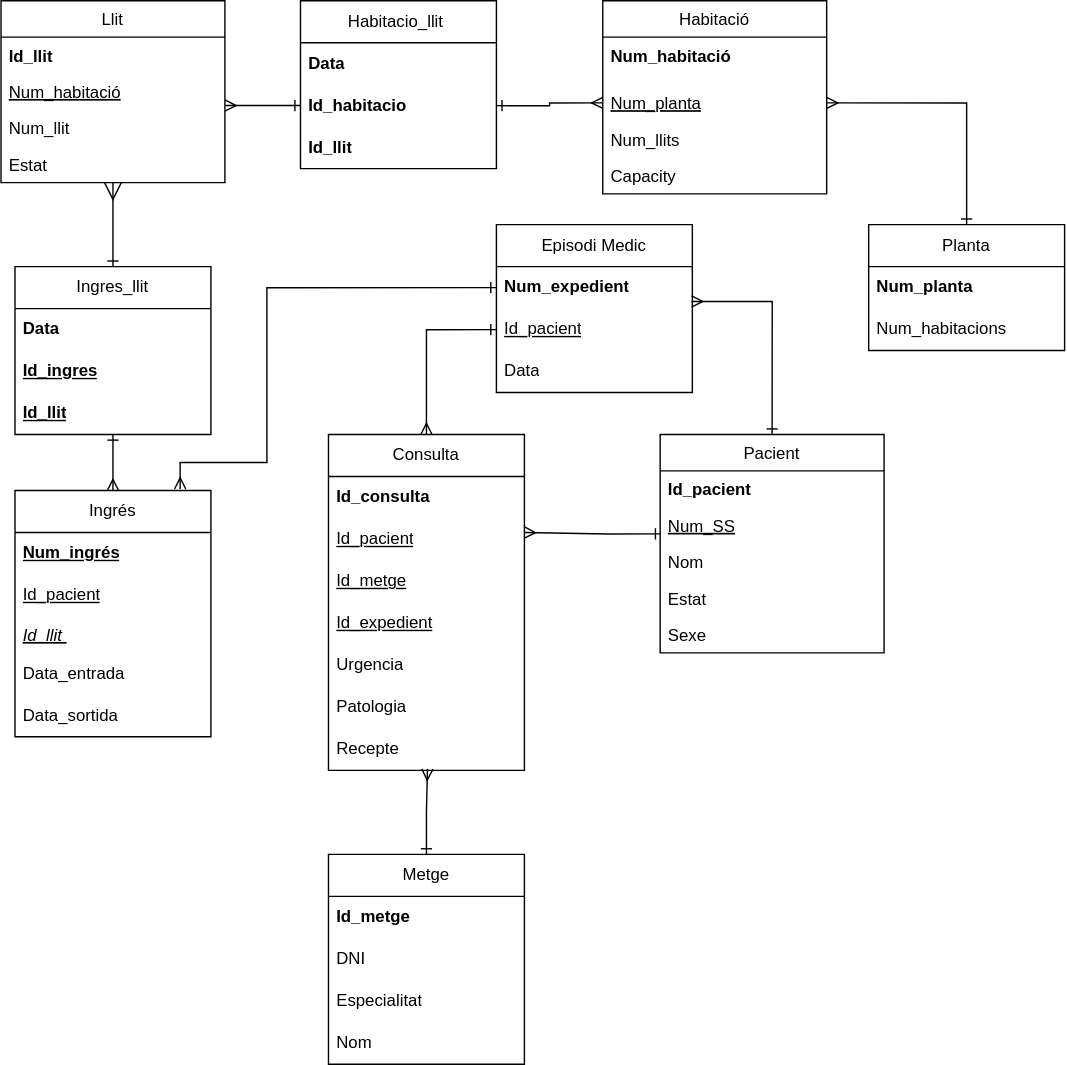
The draw.io diagram BBDD/Schema/DreamTeamHospitalBBDD.drawio.svg in Kumigaoo/VitalTech_App, before a commit. Source tidied: cells renumbered, new cells last; positions are measured from the earlier drawing's top-left corner, leaving out a move shared by most shapes.
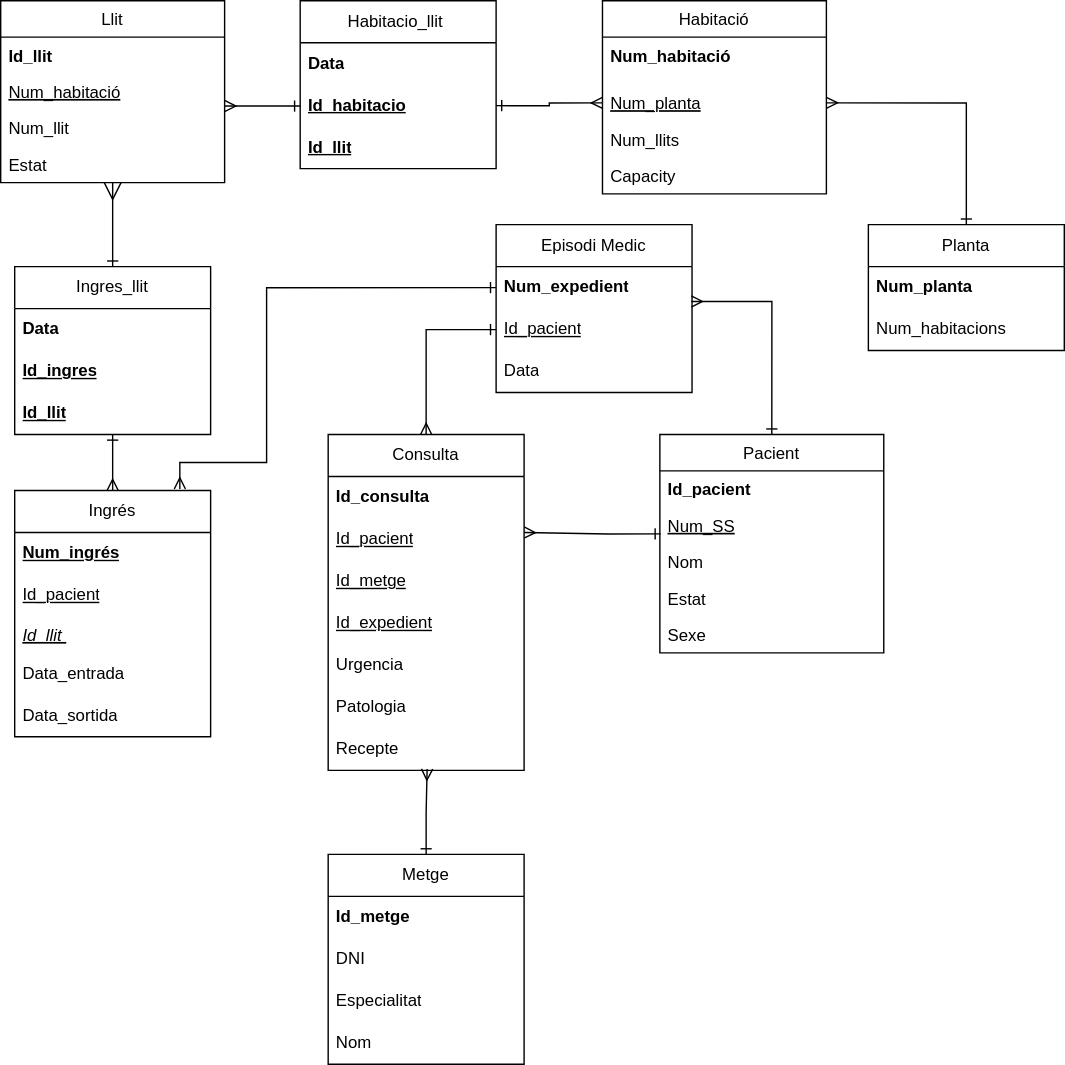
The same diagram one commit later.

What changed in the source:
```diff
@@ -200,10 +200,10 @@
     <mxCell id="58" value="&lt;span dir=&quot;ltr&quot; class=&quot;ui-provider a b c d e f g h i j k l m n o p q r s t u v w x y z ab ac ae af ag ah ai aj ak&quot;&gt;&lt;strong&gt;Data&lt;/strong&gt;&lt;/span&gt;" style="text;strokeColor=none;fillColor=none;align=left;verticalAlign=middle;spacingLeft=4;spacingRight=4;overflow=hidden;whiteSpace=wrap;html=1;fontStyle=0;" parent="57" vertex="1">
       <mxGeometry y="30" width="140" height="30" as="geometry" />
     </mxCell>
-    <mxCell id="59" value="&lt;span dir=&quot;ltr&quot; class=&quot;ui-provider a b c d e f g h i j k l m n o p q r s t u v w x y z ab ac ae af ag ah ai aj ak&quot;&gt;&lt;strong&gt;Id_habitacio&lt;/strong&gt;&lt;/span&gt;" style="text;strokeColor=none;fillColor=none;align=left;verticalAlign=middle;spacingLeft=4;spacingRight=4;overflow=hidden;points=[[0,0.5],[1,0.5]];portConstraint=eastwest;whiteSpace=wrap;html=1;fontStyle=0;" parent="57" vertex="1">
+    <mxCell id="59" value="&lt;span class=&quot;ui-provider a b c d e f g h i j k l m n o p q r s t u v w x y z ab ac ae af ag ah ai aj ak&quot; dir=&quot;ltr&quot;&gt;&lt;strong&gt;Id_habitacio&lt;/strong&gt;&lt;/span&gt;" style="text;strokeColor=none;fillColor=none;align=left;verticalAlign=middle;spacingLeft=4;spacingRight=4;overflow=hidden;points=[[0,0.5],[1,0.5]];portConstraint=eastwest;whiteSpace=wrap;html=1;fontStyle=4;" parent="57" vertex="1">
       <mxGeometry y="60" width="140" height="30" as="geometry" />
     </mxCell>
-    <mxCell id="60" value="&lt;strong&gt;Id_llit&lt;/strong&gt;" style="text;strokeColor=none;fillColor=none;align=left;verticalAlign=middle;spacingLeft=4;spacingRight=4;overflow=hidden;whiteSpace=wrap;html=1;fontStyle=0;" parent="57" vertex="1">
+    <mxCell id="60" value="&lt;strong&gt;&lt;u&gt;Id_llit&lt;/u&gt;&lt;/strong&gt;" style="text;strokeColor=none;fillColor=none;align=left;verticalAlign=middle;spacingLeft=4;spacingRight=4;overflow=hidden;whiteSpace=wrap;html=1;fontStyle=0;" parent="57" vertex="1">
       <mxGeometry y="90" width="140" height="30" as="geometry" />
     </mxCell>
     <mxCell id="61" style="edgeStyle=orthogonalEdgeStyle;rounded=0;jettySize=auto;html=1;exitX=1;exitY=0.5;exitDx=0;exitDy=0;entryX=0;entryY=0.5;entryDx=0;entryDy=0;endArrow=ERmany;endFill=0;startArrow=ERone;startFill=0;" parent="1" edge="1" source="59" target="17">
```
